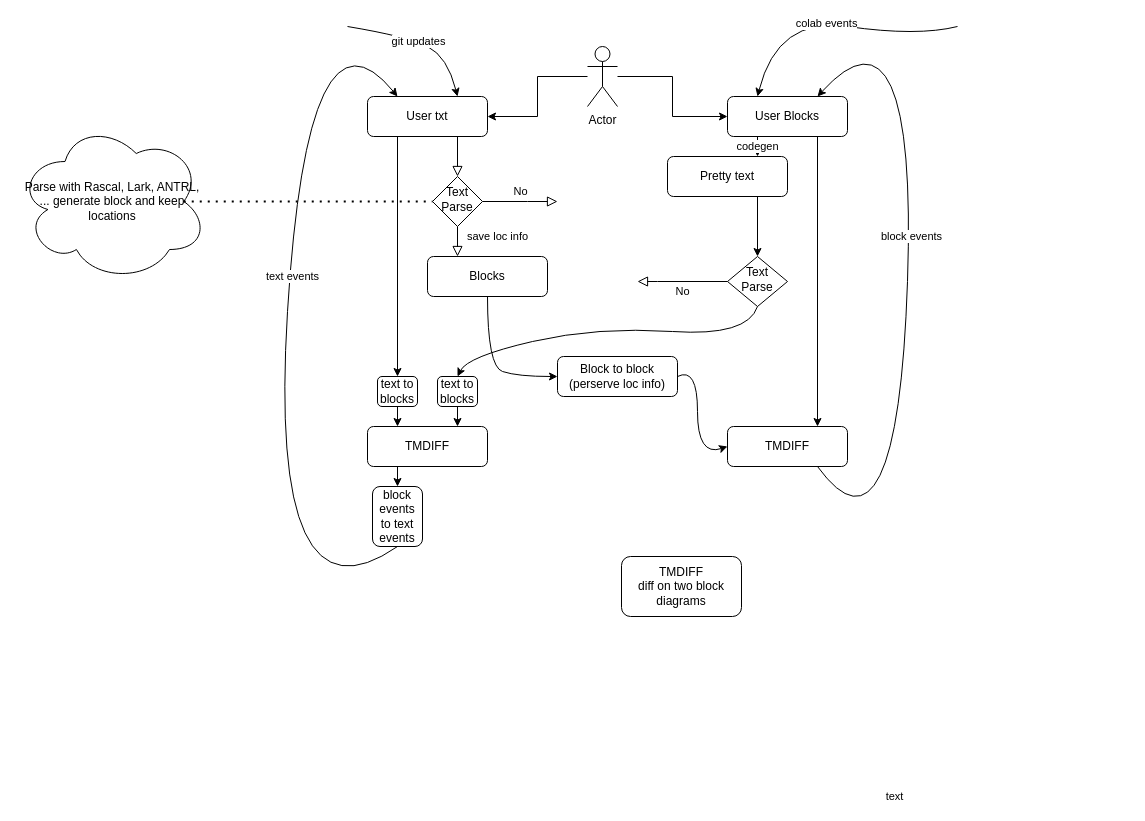
block-based-editors/blocks-to-text-to-blocks keeps this draw.io diagram as blocks_to_text_to_blocks.drawio. Above is the earlier version. Source tidied: cells renumbered, new cells numbered last; positions are measured from the earlier drawing's top-left corner, leaving out a move shared by most shapes. Both pictures are drawn from the tidied source at 100%, with x=0, y=0 at pixel (17, -14).
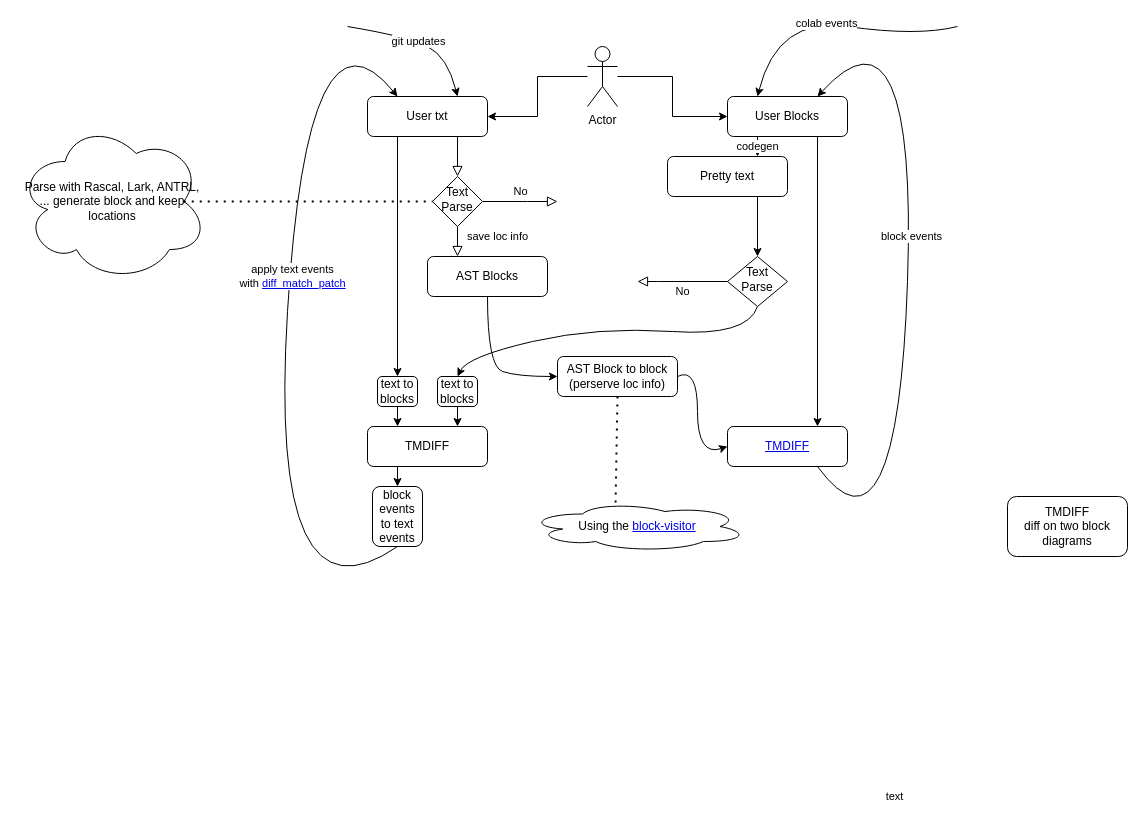
The same page after the edit.

Commit message:
Add links to implementations

The change refers to these unchanged cells:
```xml
<mxCell id="24" value="text" style="curved=1;endArrow=classic;html=1;rounded=0;entryX=0.25;entryY=0;entryDx=0;entryDy=0;exitX=0.5;exitY=1;exitDx=0;exitDy=0;" parent="1" edge="1" source="32" target="4">
  <mxGeometry x="-1" y="607" relative="1" as="geometry">
    <Array as="points">
      <mxPoint x="250" y="650" />
      <mxPoint x="290" />
    </Array>
    <mxPoint x="151" y="-249" as="offset" />
  </mxGeometry>
</mxCell>
```

Change to the diagram source:
```diff
@@
-    <mxCell id="10" value="Blocks" style="rounded=1;whiteSpace=wrap;html=1;fontSize=12;glass=0;strokeWidth=1;shadow=0;" parent="1" vertex="1">
+    <mxCell id="10" value="AST Blocks" style="rounded=1;whiteSpace=wrap;html=1;fontSize=12;glass=0;strokeWidth=1;shadow=0;" parent="1" vertex="1">
       <mxGeometry x="410" y="270" width="120" height="40" as="geometry" />
     </mxCell>
@@
-    <mxCell id="15" value="TMDIFF" style="rounded=1;whiteSpace=wrap;html=1;fontSize=12;glass=0;strokeWidth=1;shadow=0;" parent="1" vertex="1">
+    <mxCell id="15" value="&lt;a href=&quot;https://homepages.cwi.nl/~storm/publications/tmdiff-icmt15.pdf&quot;&gt;TMDIFF&lt;/a&gt;" style="rounded=1;whiteSpace=wrap;html=1;fontSize=12;glass=0;strokeWidth=1;shadow=0;" parent="1" vertex="1">
       <mxGeometry x="710" y="440" width="120" height="40" as="geometry" />
     </mxCell>
@@
-    <mxCell id="25" value="text events" style="edgeLabel;html=1;align=center;verticalAlign=middle;" parent="24" vertex="1">
+    <mxCell id="25" value="apply text events&lt;br&gt;with &lt;a href=&quot;https://github.com/google/diff-match-patch&quot;&gt;diff_match_patch&lt;/a&gt;" style="edgeLabel;html=1;align=center;verticalAlign=middle;" parent="24" vertex="1">
       <mxGeometry x="0.09" y="-2" relative="1" as="geometry" />
     </mxCell>
@@
     <mxCell id="34" value="TMDIFF&lt;br&gt;diff on two block diagrams" style="rounded=1;whiteSpace=wrap;html=1;fontSize=12;glass=0;strokeWidth=1;shadow=0;" parent="1" vertex="1">
-      <mxGeometry x="604" y="570" width="120" height="60" as="geometry" />
+      <mxGeometry x="990" y="510" width="120" height="60" as="geometry" />
     </mxCell>
-    <mxCell id="35" value="Block to block&lt;br&gt;(perserve loc info)" style="rounded=1;whiteSpace=wrap;html=1;fontSize=12;glass=0;strokeWidth=1;shadow=0;" parent="1" vertex="1">
+    <mxCell id="35" value="AST Block to block&lt;br&gt;(perserve loc info)" style="rounded=1;whiteSpace=wrap;html=1;fontSize=12;glass=0;strokeWidth=1;shadow=0;" parent="1" vertex="1">
       <mxGeometry x="540" y="370" width="120" height="40" as="geometry" />
     </mxCell>
@@
+    <mxCell id="40" value="Using the &lt;a href=&quot;https://github.com/block-based-editors/blockly-visitor&quot;&gt;block-visitor&lt;/a&gt;" style="ellipse;shape=cloud;whiteSpace=wrap;html=1;" parent="1" vertex="1">
+      <mxGeometry x="510" y="515" width="220" height="50" as="geometry" />
+    </mxCell>
+    <mxCell id="41" style="endArrow=none;dashed=1;html=1;dashPattern=1 3;strokeWidth=2;rounded=0;entryX=0.4;entryY=0.1;entryDx=0;entryDy=0;entryPerimeter=0;exitX=0.5;exitY=1;exitDx=0;exitDy=0;" parent="1" edge="1" source="35" target="40">
+      <mxGeometry relative="1" as="geometry" />
+    </mxCell>
```
